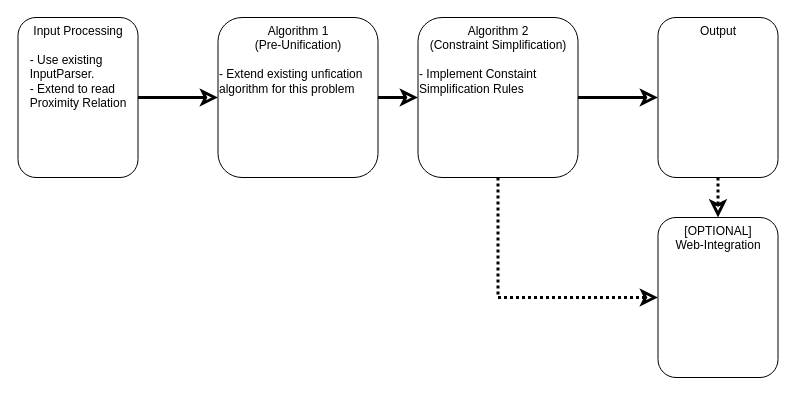
Before: Documentation/Model.drawio in SophieHofmanninger/Solving-proximity-constraints, a draw.io diagram. Source tidied: cells renumbered, new cells numbered last; positions are measured from the earlier drawing's top-left corner, leaving out a move shared by most shapes. Both pictures are drawn from the tidied source at 100%, with x=0, y=0 at pixel (17, 17).
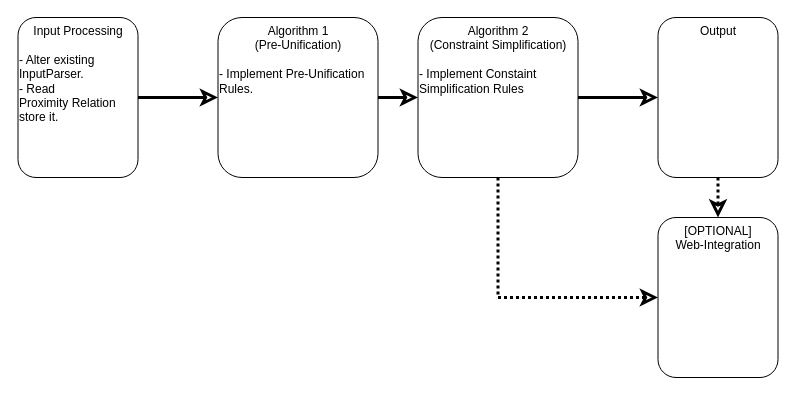
Above is the later version.

The edit, as a diff of the source:
```diff
@@
 <mxGraphModel>
   <root>
     <mxCell id="0" />
     <mxCell id="1" parent="0" />
     <mxCell id="2" style="edgeStyle=orthogonalEdgeStyle;rounded=0;jettySize=auto;html=1;entryX=0;entryY=0.5;entryDx=0;entryDy=0;strokeWidth=3;endArrow=classic;endFill=0;endSize=9;" parent="1" edge="1" source="3" target="5">
       <mxGeometry relative="1" as="geometry" />
     </mxCell>
-    <mxCell id="3" value="Input Processing&lt;br&gt;&lt;br&gt;&lt;div style=&quot;text-align: left&quot;&gt;- Use existing&lt;/div&gt;&lt;div style=&quot;text-align: left&quot;&gt;InputParser.&lt;/div&gt;&lt;div style=&quot;text-align: left&quot;&gt;- Extend to read&lt;/div&gt;&lt;div style=&quot;text-align: left&quot;&gt;Proximity Relation&lt;/div&gt;&lt;div style=&quot;text-align: left&quot;&gt;&lt;br&gt;&lt;/div&gt;" style="rounded=1;whiteSpace=wrap;html=1;gradientColor=none;verticalAlign=top;" parent="1" vertex="1">
+    <mxCell id="3" value="Input Processing&lt;br&gt;&lt;br&gt;&lt;div style=&quot;text-align: left&quot;&gt;- Alter existing&lt;/div&gt;&lt;div style=&quot;text-align: left&quot;&gt;InputParser.&lt;/div&gt;&lt;div style=&quot;text-align: left&quot;&gt;- Read&lt;/div&gt;&lt;div style=&quot;text-align: left&quot;&gt;Proximity Relation store it.&lt;/div&gt;&lt;div style=&quot;text-align: left&quot;&gt;&lt;br&gt;&lt;/div&gt;" style="rounded=1;whiteSpace=wrap;html=1;gradientColor=none;verticalAlign=top;" parent="1" vertex="1">
       <mxGeometry x="0.5" width="120" height="160" as="geometry" />
     </mxCell>
     <mxCell id="4" style="edgeStyle=orthogonalEdgeStyle;rounded=0;jettySize=auto;html=1;entryX=0;entryY=0.5;entryDx=0;entryDy=0;strokeWidth=3;endArrow=classic;endFill=0;endSize=9;" parent="1" edge="1" source="5" target="8">
       <mxGeometry relative="1" as="geometry" />
     </mxCell>
-    <mxCell id="5" value="Algorithm 1&lt;br&gt;(Pre-Unification)&lt;br&gt;&lt;br&gt;&lt;div style=&quot;text-align: left&quot;&gt;- Extend existing unfication&amp;nbsp; &amp;nbsp; algorithm for this problem&lt;/div&gt;&lt;div style=&quot;text-align: left&quot;&gt;&lt;br&gt;&lt;/div&gt;" style="rounded=1;whiteSpace=wrap;html=1;verticalAlign=top;" parent="1" vertex="1">
+    <mxCell id="5" value="Algorithm 1&lt;br&gt;(Pre-Unification)&lt;br&gt;&lt;br&gt;&lt;div style=&quot;text-align: left&quot;&gt;- Implement Pre-Unification Rules.&lt;/div&gt;&lt;div style=&quot;text-align: left&quot;&gt;&lt;br&gt;&lt;/div&gt;" style="rounded=1;whiteSpace=wrap;html=1;verticalAlign=top;" parent="1" vertex="1">
       <mxGeometry x="200.5" width="160" height="160" as="geometry" />
     </mxCell>
     <mxCell id="6" style="edgeStyle=orthogonalEdgeStyle;rounded=0;jettySize=auto;html=1;exitX=1;exitY=0.5;exitDx=0;exitDy=0;entryX=0;entryY=0.5;entryDx=0;entryDy=0;strokeWidth=3;endArrow=classic;endFill=0;endSize=9;" parent="1" edge="1" source="8" target="10">
       <mxGeometry relative="1" as="geometry" />
     </mxCell>
     <mxCell id="7" style="edgeStyle=orthogonalEdgeStyle;rounded=0;jettySize=auto;html=1;entryX=0;entryY=0.5;entryDx=0;entryDy=0;strokeWidth=3;dashed=1;dashPattern=1 1;endArrow=classic;endFill=0;endSize=9;exitX=0.5;exitY=1;exitDx=0;exitDy=0;" parent="1" edge="1" source="8" target="11">
       <mxGeometry relative="1" as="geometry">
         <Array as="points">
           <mxPoint x="480.5" y="280" />
         </Array>
       </mxGeometry>
     </mxCell>
     <mxCell id="8" value="Algorithm 2&lt;br&gt;(Constraint Simplification)&lt;br&gt;&lt;br&gt;&lt;div style=&quot;text-align: left&quot;&gt;- Implement Constaint Simplification Rules&lt;/div&gt;" style="rounded=1;whiteSpace=wrap;html=1;verticalAlign=top;" parent="1" vertex="1">
       <mxGeometry x="400.5" width="160" height="160" as="geometry" />
     </mxCell>
     <mxCell id="9" style="edgeStyle=orthogonalEdgeStyle;rounded=0;jettySize=auto;html=1;entryX=0.5;entryY=0;entryDx=0;entryDy=0;dashed=1;dashPattern=1 1;endArrow=classic;endFill=0;endSize=9;strokeWidth=3;" parent="1" edge="1" source="10" target="11">
       <mxGeometry relative="1" as="geometry" />
     </mxCell>
     <mxCell id="10" value="Output" style="rounded=1;whiteSpace=wrap;html=1;verticalAlign=top;" parent="1" vertex="1">
       <mxGeometry x="640.5" width="120" height="160" as="geometry" />
     </mxCell>
     <mxCell id="11" value="[OPTIONAL]&lt;br&gt;Web-Integration&lt;br&gt;" style="rounded=1;whiteSpace=wrap;html=1;verticalAlign=top;" parent="1" vertex="1">
       <mxGeometry x="640.5" y="200" width="120" height="160" as="geometry" />
     </mxCell>
   </root>
 </mxGraphModel>
```
